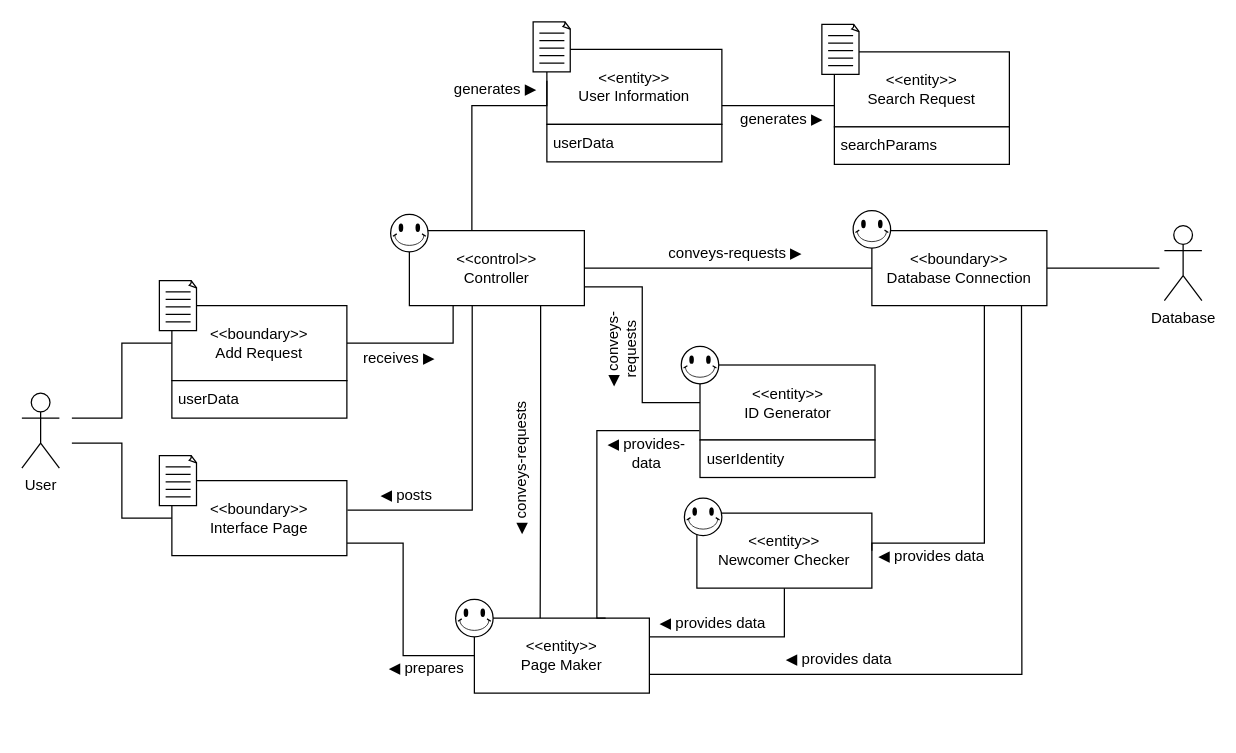
Before: docs/DomainModels/diagrams/DM-UC-14.drawio in youngkwon02/Enhanced-library-management, a draw.io diagram. Source tidied: cells renumbered, new cells numbered last; positions are measured from the earlier drawing's top-left corner, leaving out a move shared by most shapes. Both pictures are drawn from the tidied source at 125%, with x=0, y=0 at pixel (21, 21).
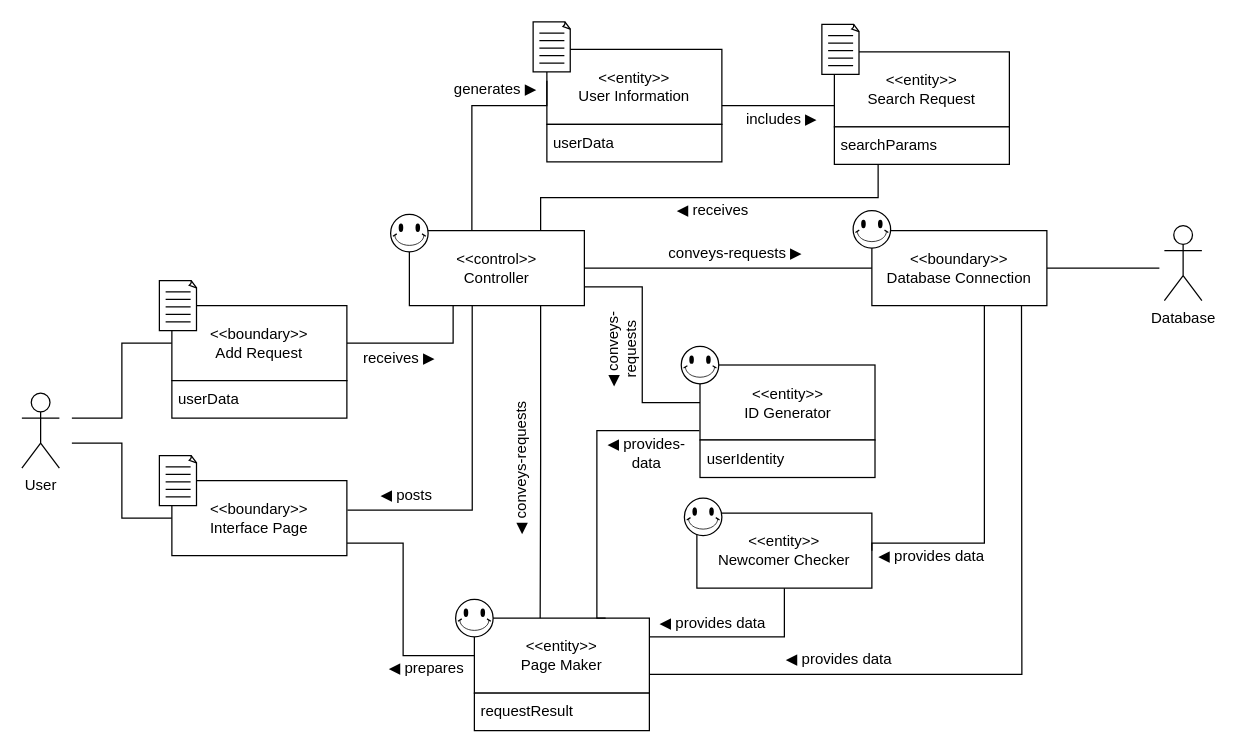
Above is the later version.

Commit message:
doc: update association and attributes in DM-UC-14.drawio

The change refers to these unchanged cells:
```xml
<mxCell id="50" value="&amp;lt;&amp;lt;control&amp;gt;&amp;gt;&lt;br&gt;Controller" style="rounded=0;whiteSpace=wrap;html=1;" parent="49" vertex="1">
  <mxGeometry x="15" y="13" width="140" height="60" as="geometry" />
</mxCell>
<mxCell id="60" value="&amp;nbsp;searchParams" style="rounded=0;whiteSpace=wrap;html=1;align=left;" parent="58" vertex="1">
  <mxGeometry x="10" y="82" width="140" height="30" as="geometry" />
</mxCell>
```

Change to the diagram source:
```diff
@@
-    <mxCell id="90" value="generates&amp;nbsp;▶" style="text;html=1;strokeColor=none;fillColor=none;align=center;verticalAlign=middle;whiteSpace=wrap;rounded=0;rotation=0;" parent="1" vertex="1">
+    <mxCell id="90" value="includes ▶" style="text;html=1;strokeColor=none;fillColor=none;align=center;verticalAlign=middle;whiteSpace=wrap;rounded=0;rotation=0;" parent="1" vertex="1">
       <mxGeometry x="543" y="68" width="130" height="20" as="geometry" />
     </mxCell>
+    <mxCell id="91" value="&amp;nbsp;requestResult" style="rounded=0;whiteSpace=wrap;html=1;align=left;" parent="1" vertex="1">
+      <mxGeometry x="362" y="537" width="140" height="30" as="geometry" />
+    </mxCell>
+    <mxCell id="92" style="edgeStyle=orthogonalEdgeStyle;rounded=0;jettySize=auto;html=1;exitX=0.25;exitY=1;exitDx=0;exitDy=0;entryX=0.75;entryY=0;entryDx=0;entryDy=0;endArrow=none;endFill=0;" parent="1" edge="1" source="60" target="50">
+      <mxGeometry relative="1" as="geometry" />
+    </mxCell>
+    <mxCell id="93" value="◀ receives" style="text;html=1;strokeColor=none;fillColor=none;align=center;verticalAlign=middle;whiteSpace=wrap;rounded=0;" parent="1" vertex="1">
+      <mxGeometry x="519.5" y="141" width="66" height="20" as="geometry" />
+    </mxCell>
```
